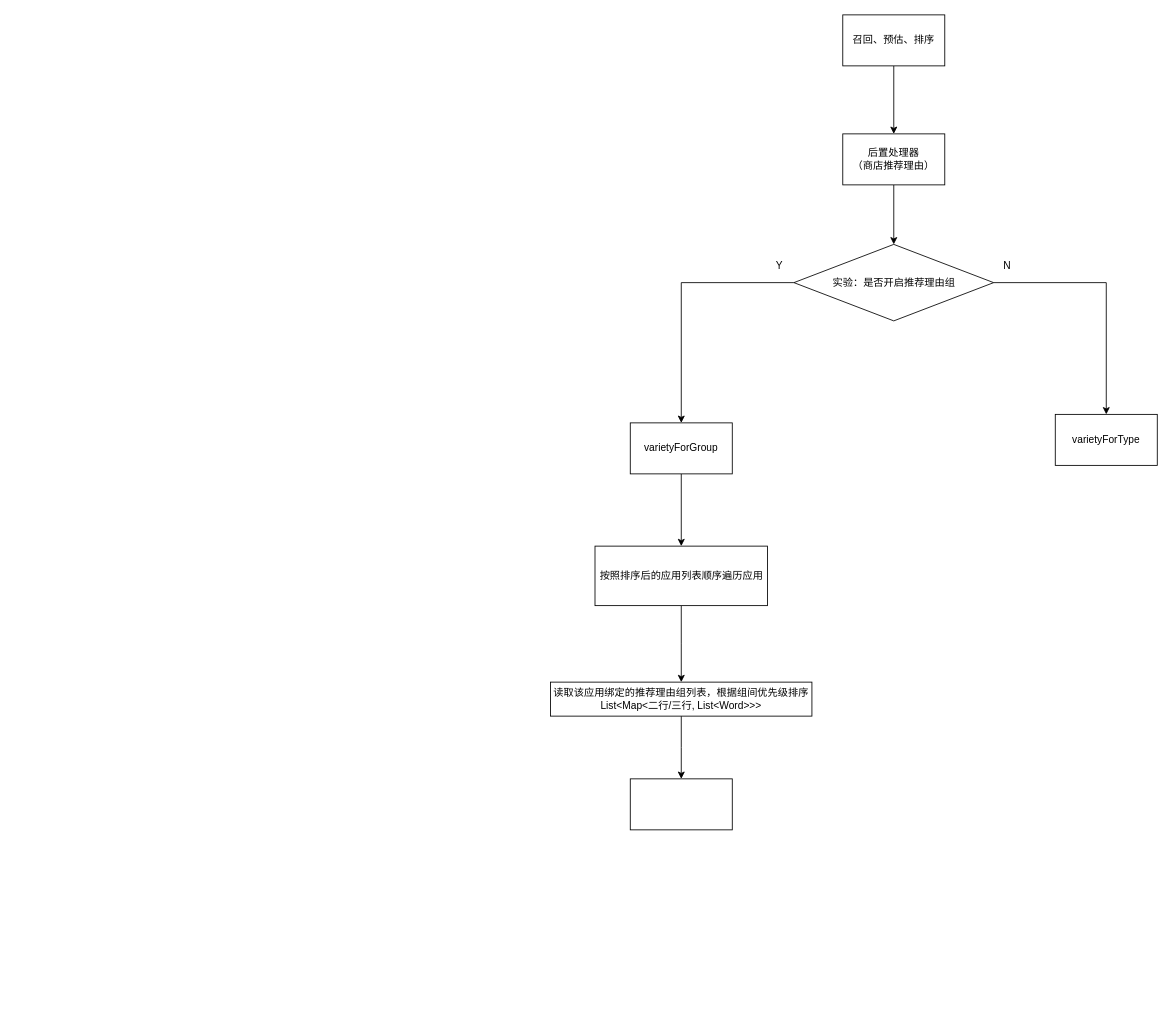
Earlier version of the draw.io diagram ranker打散.drawio (ETHAN0430/draw.io.repo). Source tidied: cells renumbered, new cells numbered last; positions are measured from the earlier drawing's top-left corner, leaving out a move shared by most shapes. Both pictures are drawn from the tidied source at 85%, with x=0, y=0 at pixel (550, 14).
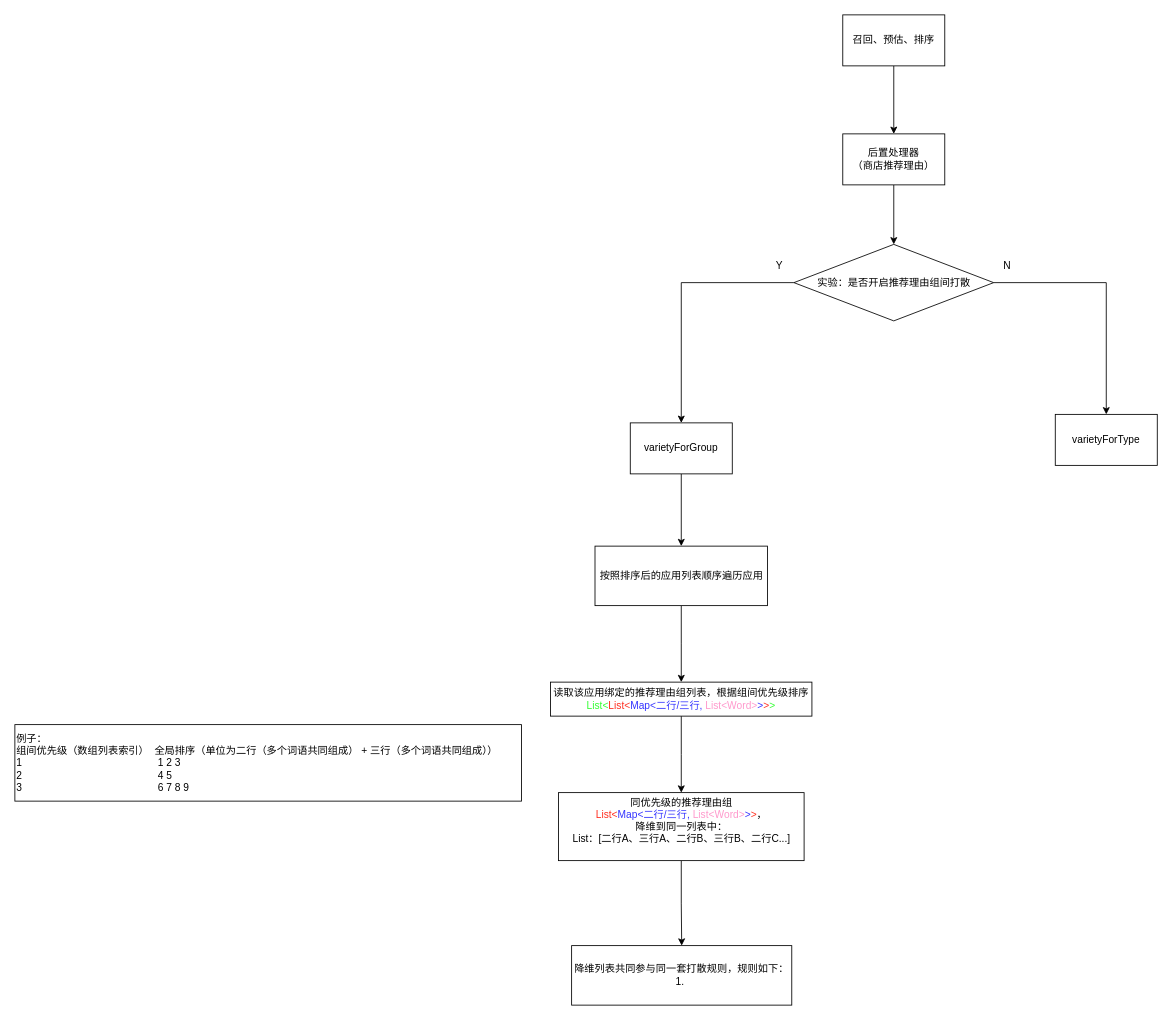
After the change.

Diff of the diagram source:
```diff
@@
-    <mxCell id="8" value="实验：是否开启推荐理由组" style="rhombus;whiteSpace=wrap;html=1;" parent="1" vertex="1">
+    <mxCell id="8" value="实验：是否开启推荐理由组间打散" style="rhombus;whiteSpace=wrap;html=1;" parent="1" vertex="1">
       <mxGeometry x="286.5" y="270" width="235" height="90" as="geometry" />
     </mxCell>
@@
-    <mxCell id="17" value="读取该应用绑定的推荐理由组列表，根据组间优先级排序&lt;br&gt;List&amp;lt;Map&amp;lt;二行/三行, List&amp;lt;Word&amp;gt;&amp;gt;&amp;gt;" style="whiteSpace=wrap;html=1;" parent="1" vertex="1">
+    <mxCell id="17" value="读取该应用绑定的推荐理由组列表，根据组间优先级排序&lt;br&gt;&lt;font color=&quot;#33ff33&quot;&gt;List&amp;lt;&lt;/font&gt;&lt;font color=&quot;#ff2e1f&quot;&gt;List&amp;lt;&lt;/font&gt;&lt;font color=&quot;#3333ff&quot;&gt;Map&amp;lt;二行/三行, &lt;/font&gt;&lt;font color=&quot;#ff99cc&quot;&gt;List&amp;lt;Word&amp;gt;&lt;/font&gt;&lt;font color=&quot;#3333ff&quot;&gt;&amp;gt;&lt;/font&gt;&lt;font color=&quot;#ff2e1f&quot;&gt;&amp;gt;&lt;/font&gt;&lt;font color=&quot;#33ff33&quot;&gt;&amp;gt;&lt;/font&gt;" style="whiteSpace=wrap;html=1;" parent="1" vertex="1">
       <mxGeometry x="0.2" y="785" width="307.5" height="40" as="geometry" />
     </mxCell>
+    <mxCell id="19" style="edgeStyle=orthogonalEdgeStyle;rounded=0;jettySize=auto;html=1;" parent="1" edge="1" source="18" target="20">
+      <mxGeometry relative="1" as="geometry" />
+    </mxCell>
-    <mxCell id="18" style="whiteSpace=wrap;html=1;" parent="1" vertex="1">
-      <mxGeometry x="94" y="898.8" width="120" height="60" as="geometry" />
+    <mxCell id="18" value="同优先级的推荐理由组&lt;br&gt;&lt;font color=&quot;#ff2e1f&quot;&gt;List&amp;lt;&lt;/font&gt;&lt;font color=&quot;#3333ff&quot;&gt;Map&amp;lt;二行/三行,&amp;nbsp;&lt;/font&gt;&lt;font color=&quot;#ff99cc&quot;&gt;List&amp;lt;Word&amp;gt;&lt;/font&gt;&lt;font color=&quot;#3333ff&quot;&gt;&amp;gt;&lt;/font&gt;&lt;font color=&quot;#ff2e1f&quot;&gt;&amp;gt;&lt;/font&gt;，&lt;br&gt;降维到同一列表中：&lt;br&gt;List：[二行A、三行A、二行B、三行B、二行C...]&lt;br&gt;&lt;div&gt;&lt;br&gt;&lt;/div&gt;" style="whiteSpace=wrap;html=1;" parent="1" vertex="1">
+      <mxGeometry x="9.5" y="915" width="289" height="80" as="geometry" />
     </mxCell>
+    <mxCell id="20" value="降维列表共同参与同一套打散规则，规则如下：&lt;br&gt;1.&amp;nbsp;" style="whiteSpace=wrap;html=1;" parent="1" vertex="1">
+      <mxGeometry x="25" y="1095" width="259" height="70" as="geometry" />
+    </mxCell>
+    <mxCell id="21" value="例子：&lt;br&gt;组间优先级（数组列表索引）&amp;nbsp; 全局排序（单位为二行（多个词语共同组成） + 三行（多个词语共同组成））&lt;br&gt;1&amp;nbsp; &amp;nbsp; &amp;nbsp; &amp;nbsp; &amp;nbsp; &amp;nbsp; &amp;nbsp; &amp;nbsp; &amp;nbsp; &lt;span style=&quot;white-space: pre;&quot;&gt;&#9;&lt;/span&gt;&lt;span style=&quot;white-space: pre;&quot;&gt;&#9;&lt;/span&gt;&lt;span style=&quot;white-space: pre;&quot;&gt;&#9;&lt;/span&gt;&lt;span style=&quot;white-space: pre;&quot;&gt;&#9;&lt;/span&gt;&amp;nbsp; 1 2 3&lt;br&gt;2&amp;nbsp; &amp;nbsp; &amp;nbsp; &amp;nbsp; &amp;nbsp; &amp;nbsp; &amp;nbsp; &lt;span style=&quot;white-space: pre;&quot;&gt;&#9;&lt;/span&gt;&lt;span style=&quot;white-space: pre;&quot;&gt;&#9;&lt;/span&gt;&lt;span style=&quot;white-space: pre;&quot;&gt;&#9;&lt;/span&gt;&lt;span style=&quot;white-space: pre;&quot;&gt;&#9;&lt;/span&gt;&amp;nbsp; 4 5&lt;br&gt;3&amp;nbsp; &amp;nbsp; &amp;nbsp; &amp;nbsp; &amp;nbsp; &amp;nbsp; &amp;nbsp;&lt;span style=&quot;white-space: pre;&quot;&gt;&#9;&lt;/span&gt;&lt;span style=&quot;white-space: pre;&quot;&gt;&#9;&lt;/span&gt;&lt;span style=&quot;white-space: pre;&quot;&gt;&#9;&lt;/span&gt;&lt;span style=&quot;white-space: pre;&quot;&gt;&#9;&lt;/span&gt;&lt;span style=&quot;white-space: pre;&quot;&gt;&#9;&lt;/span&gt;&amp;nbsp; 6 7 8 9" style="whiteSpace=wrap;html=1;align=left;" parent="1" vertex="1">
+      <mxGeometry x="-630" y="835" width="596" height="90" as="geometry" />
+    </mxCell>
```
